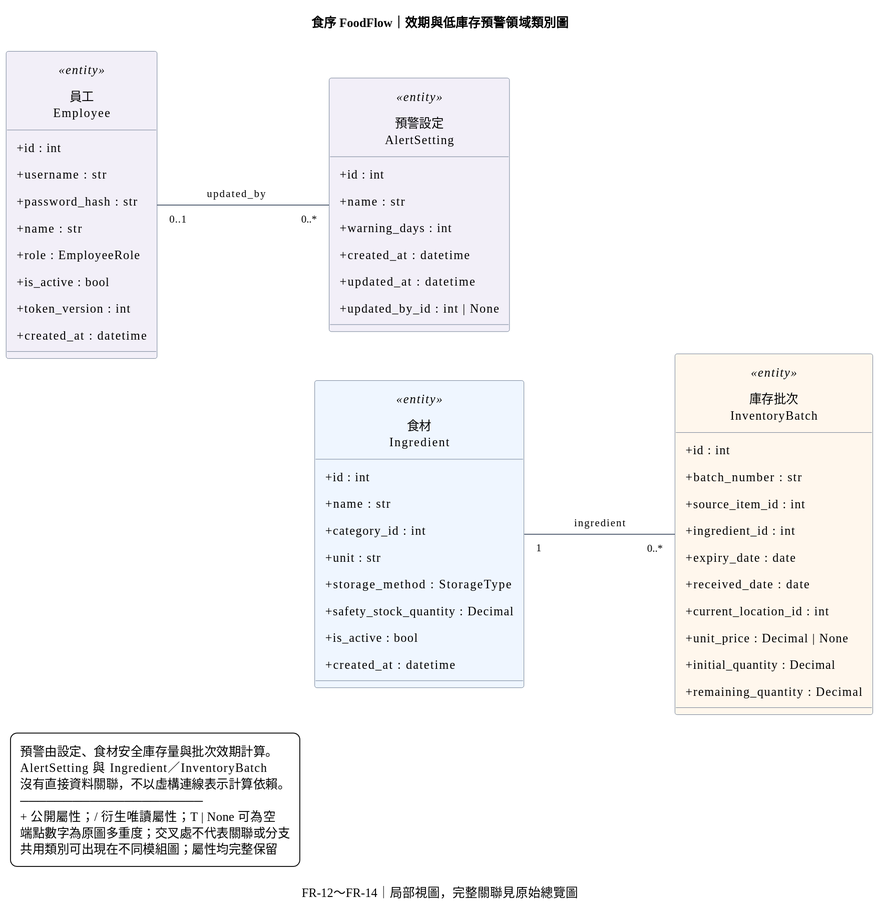
Before: docs/diagrams/domain-modules/b-class-06-alerts.svg, a diagram exported from PlantUML (Software-engineering-foodflow/foodflow). Its source is kept beside it as docs/diagrams/domain-modules/b-class-06-alerts.puml.
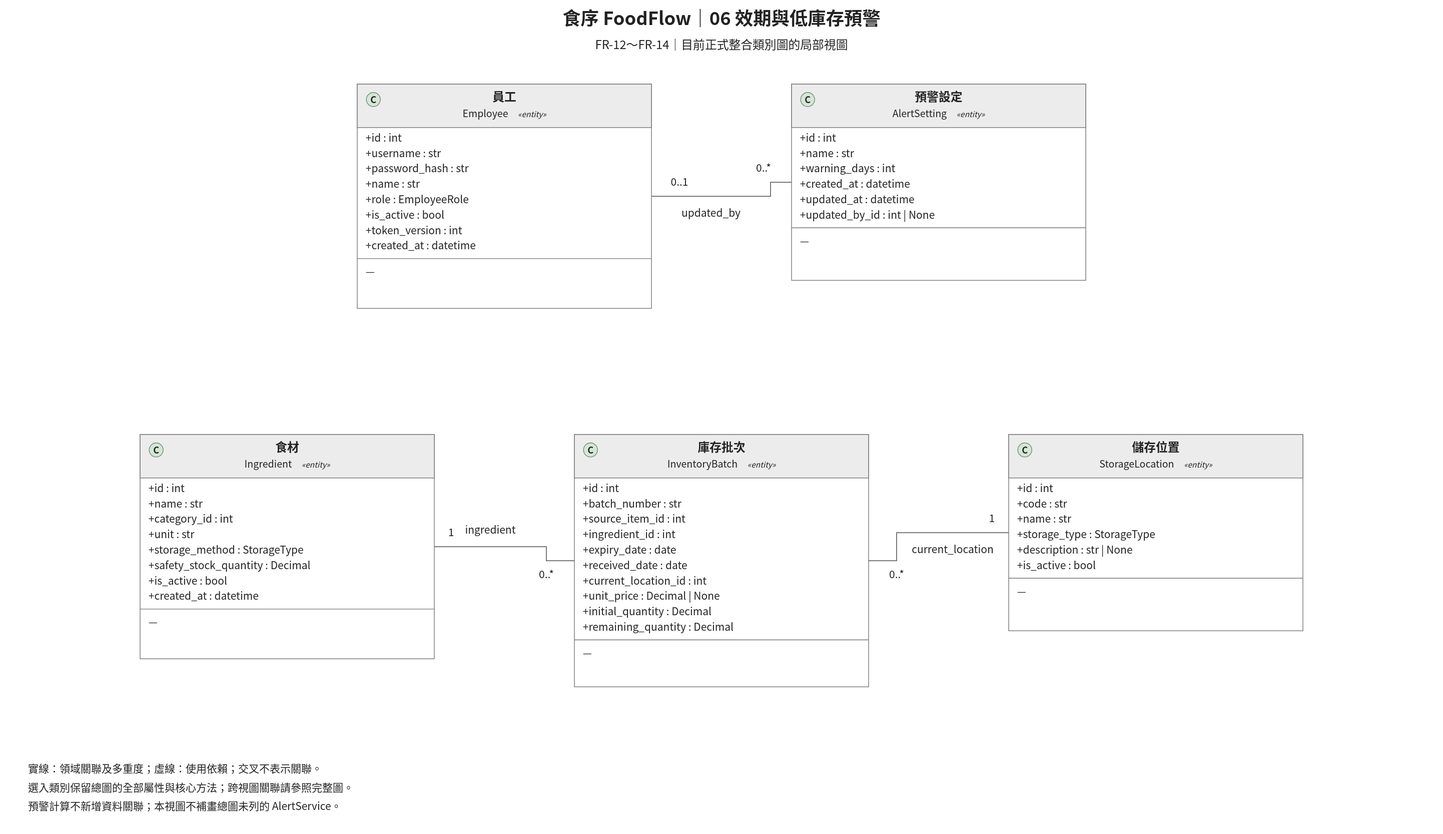
After the change.

What changed in the source:
```diff
@@ -1,23 +1,19 @@
 @startuml b-class-06-alerts
-title 食序 FoodFlow｜效期與低庫存預警領域類別圖
-caption FR-12～FR-14｜局部視圖，完整關聯見原始總覽圖
-left to right direction
-hide circle
-skinparam linetype polyline
+title 食序 FoodFlow｜效期與低庫存預警
+caption FR-12～FR-14｜目前正式整合類別圖的局部視圖
+top to bottom direction
 skinparam backgroundColor white
 skinparam shadowing false
 skinparam defaultFontName Microsoft JhengHei
-skinparam defaultFontSize 14
+skinparam defaultFontSize 15
 skinparam classAttributeIconSize 0
-skinparam classBorderColor #64748B
-skinparam ArrowColor #475569
-skinparam ArrowFontSize 12
-skinparam nodesep 55
-skinparam ranksep 100
-skinparam padding 6
-skinparam dpi 120
-
-class "員工\nEmployee" as Employee <<entity>> #F2EFF8 {
+skinparam classBackgroundColor white
+skinparam classHeaderBackgroundColor #ECECEC
+skinparam classBorderColor #777777
+skinparam linetype polyline
+skinparam dpi 192
+together {
+class "員工\nEmployee" as Employee <<entity>> {
   +id : int
   +username : str
   +password_hash : str
@@ -26,18 +22,24 @@
   +is_active : bool
   +token_version : int
   +created_at : datetime
+  -- 方法 --
+
 }
 
-class "預警設定\nAlertSetting" as AlertSetting <<entity>> #F2EFF8 {
+class "預警設定\nAlertSetting" as AlertSetting <<entity>> {
   +id : int
   +name : str
   +warning_days : int
   +created_at : datetime
   +updated_at : datetime
   +updated_by_id : int | None
+  -- 方法 --
+
 }
-
-class "食材\nIngredient" as Ingredient <<entity>> #EFF6FF {
+}
+Employee -[hidden]right-> AlertSetting
+together {
+class "食材\nIngredient" as Ingredient <<entity>> {
   +id : int
   +name : str
   +category_id : int
@@ -46,9 +48,11 @@
   +safety_stock_quantity : Decimal
   +is_active : bool
   +created_at : datetime
+  -- 方法 --
+
 }
 
-class "庫存批次\nInventoryBatch" as InventoryBatch <<entity>> #FFF7ED {
+class "庫存批次\nInventoryBatch" as InventoryBatch <<entity>> {
   +id : int
   +batch_number : str
   +source_item_id : int
@@ -59,20 +63,31 @@
   +unit_price : Decimal | None
   +initial_quantity : Decimal
   +remaining_quantity : Decimal
+  -- 方法 --
+
 }
 
+class "儲存位置\nStorageLocation" as StorageLocation <<entity>> {
+  +id : int
+  +code : str
+  +name : str
+  +storage_type : StorageType
+  +description : str | None
+  +is_active : bool
+  -- 方法 --
+
+}
+}
+Ingredient -[hidden]right-> InventoryBatch
+InventoryBatch -[hidden]right-> StorageLocation
+Employee -[hidden]down-> Ingredient
 Employee "0..1" -- "0..*" AlertSetting : updated_by
 Ingredient "1" -- "0..*" InventoryBatch : ingredient
-AlertSetting -[hidden]right-> Ingredient
-
-
+StorageLocation "1" -- "0..*" InventoryBatch : current_location
 legend bottom left
-  預警由設定、食材安全庫存量與批次效期計算。
-  AlertSetting 與 Ingredient／InventoryBatch
-  沒有直接資料關聯，不以虛構連線表示計算依賴。
-  ─────────────────────
-  + 公開屬性；/ 衍生唯讀屬性；T | None 可為空
-  端點數字為原圖多重度；交叉處不代表關聯或分支
-  共用類別可出現在不同模組圖；屬性均完整保留
+  實線為領域關聯；虛線為使用依賴。類別成員與多重度直接沿用完整圖。
+  僅顯示兩端都在本視圖內的關聯；完整關聯請參照 b-class-diagram。
+  PNG／SVG 與 draw.io 使用固定排版，PlantUML 自動排版可能不同。
+  預警計算不新增資料關聯；本視圖不補畫總圖未列的 AlertService。
 endlegend
 @enduml
```
